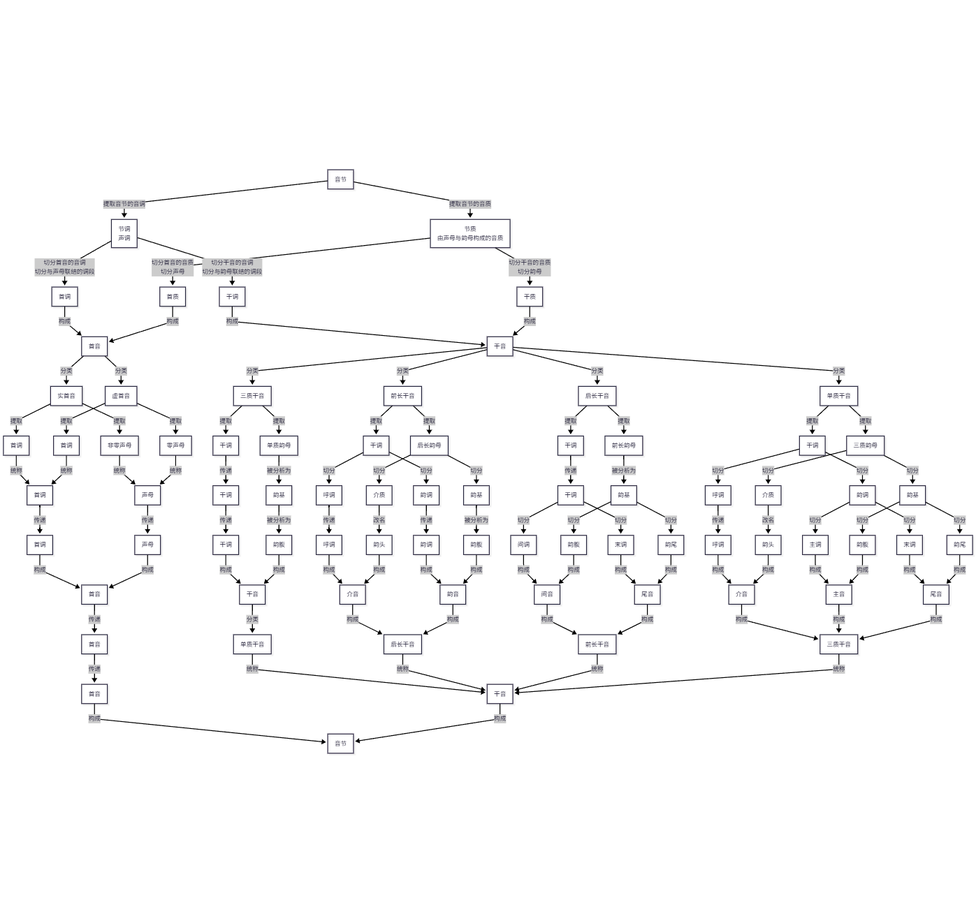
Above: YIME_Theory/flowchart/唱音分析流程.png in tsaanghwang/Yime-prototype (Mermaid), before the change. Its source is kept beside it as YIME_Theory/flowchart/唱音分析流程.mmd.
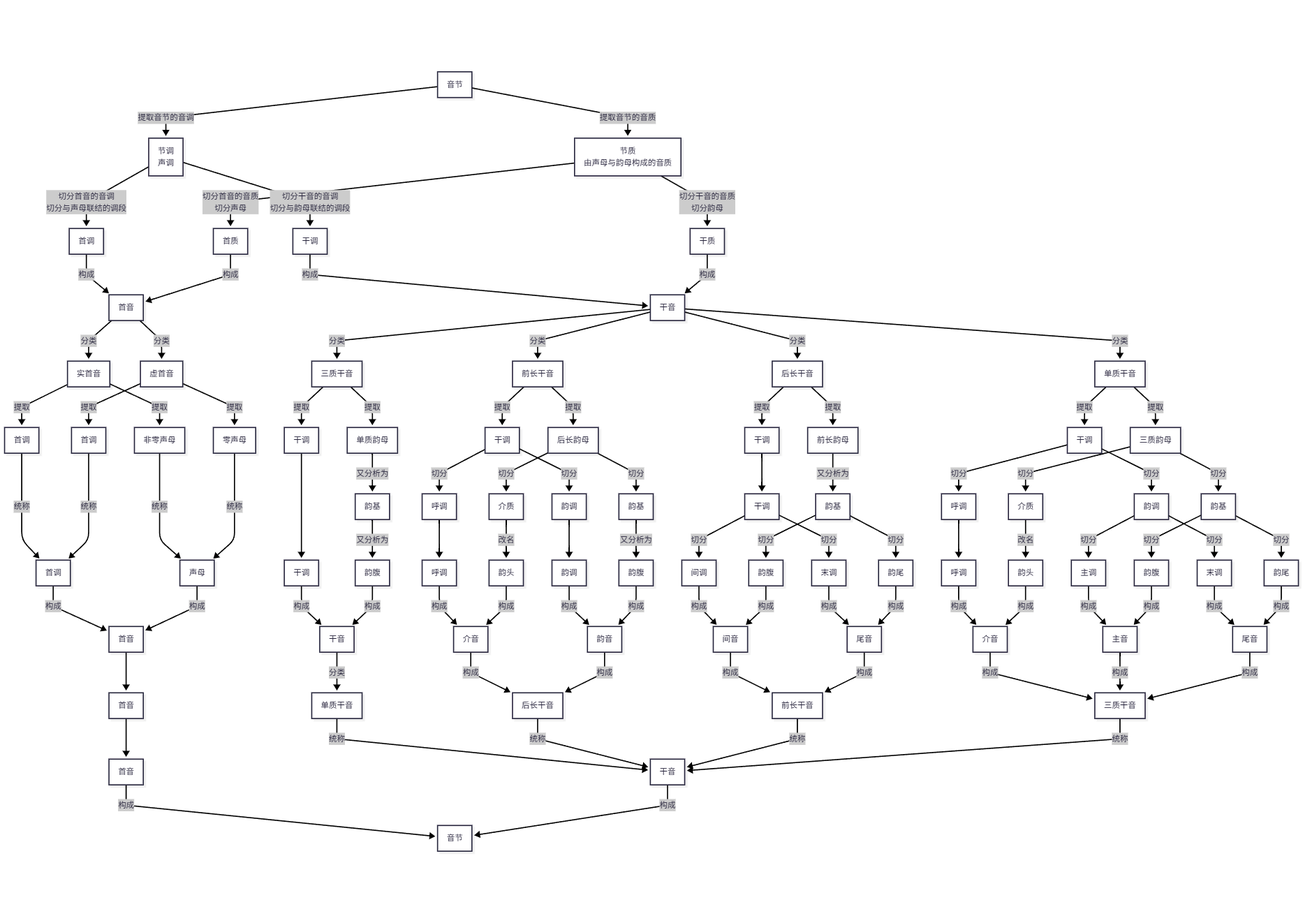
Above is the later version.

Change to the diagram source:
```diff
@@ -20,51 +20,48 @@
         F1 --> |提取| H3[首调]
         F2 --> |提取| H4[首调]
 
-        H3 --> |统称| H5
-        H4 --> |统称| H5[首调]
-        H1 --> |统称| H6
-        H2 --> |统称| H6[声母]
-        H5 --> |传递| H7[首调]
-        H6 --> |传递| H8[声母]
-        H7 --> |构成| H9
-        H8 --> |构成| H9[首音]
+        H3 ---> |统称| H5
+        H4 ---> |统称| H5[首调]
+        H1 ---> |统称| H6
+        H2 ---> |统称| H6[声母]
+        H5 --> |构成| H9
+        H6 --> |构成| H9[首音]
 
         G --> |分类|G1[三质干音]
         G --> |分类|G2[前长干音]
         G --> |分类|G3[后长干音]
         G --> |分类|G4[单质干音]
 
-        G1 --> |提取|J0[干调]
+        G1 --> |提取|J1[干调]
         G1 --> |提取|J3[单质韵母]
-        J0 --> |传递|J1[干调]
-        J3 --> |被分析为|J4[韵基]
-        J1 --> |传递|J2[干调]
-        J4 --> |被分析为|J5[韵腹]
+        J1 ---> J2[干调]
+        J3 --> |又分析为|J4[韵基]
+        J4 --> |又分析为|J5[韵腹]
 
         G2 --> |提取|K0[干调]
         K0 --> |切分|K1[呼调]
         K0 --> |切分|K2[韵调]
         G2 --> |提取|K3[后长韵母]
-        K1 --> |传递|K7[呼调]
-        K2 --> |传递|K8[韵调]
+        K1 --> K7[呼调]
+        K2 --> K8[韵调]
         K3 --> |切分|K9[介质]
         K3 --> |切分|K5[韵基]
         K9 --> |改名|K4[韵头]
-        K5 --> |被分析为|K6[韵腹]
+        K5 --> |又分析为|K6[韵腹]
 
         G3 --> |提取|L0[干调]
         G3 --> |提取|L4[前长韵母]
-        L0 --> |传递|L1[干调]
+        L0 --> L1[干调]
         L1 --> |切分|L2[间调]
         L1 --> |切分|L3[末调]
-        L4 --> |被分析为|L5[韵基]
+        L4 --> |又分析为|L5[韵基]
         L5 --> |切分|L6[韵腹]
         L5 --> |切分|L7[韵尾]
 
         G4 --> |提取|M0[干调]
         M0 --> |切分|M01[呼调]
         M0 --> |切分|M02[韵调]
-        M01 --> |传递|M1[呼调]
+        M01 --> M1[呼调]
         M02 --> |切分|M2[主调]
         M02 --> |切分|M3[末调]
         G4 --> |提取|M4[三质韵母]
@@ -94,8 +91,8 @@
         M3 --> |构成|Q3[尾音]
         M9 --> |构成|Q3
 
-        H9 --> |传递|R0[首音]
-        R0 --> |传递|R1[首音]
+        H9 --> R0[首音]
+        R0 --> R1[首音]
 
         N1 --> |分类|R2[单质干音]
 
```
